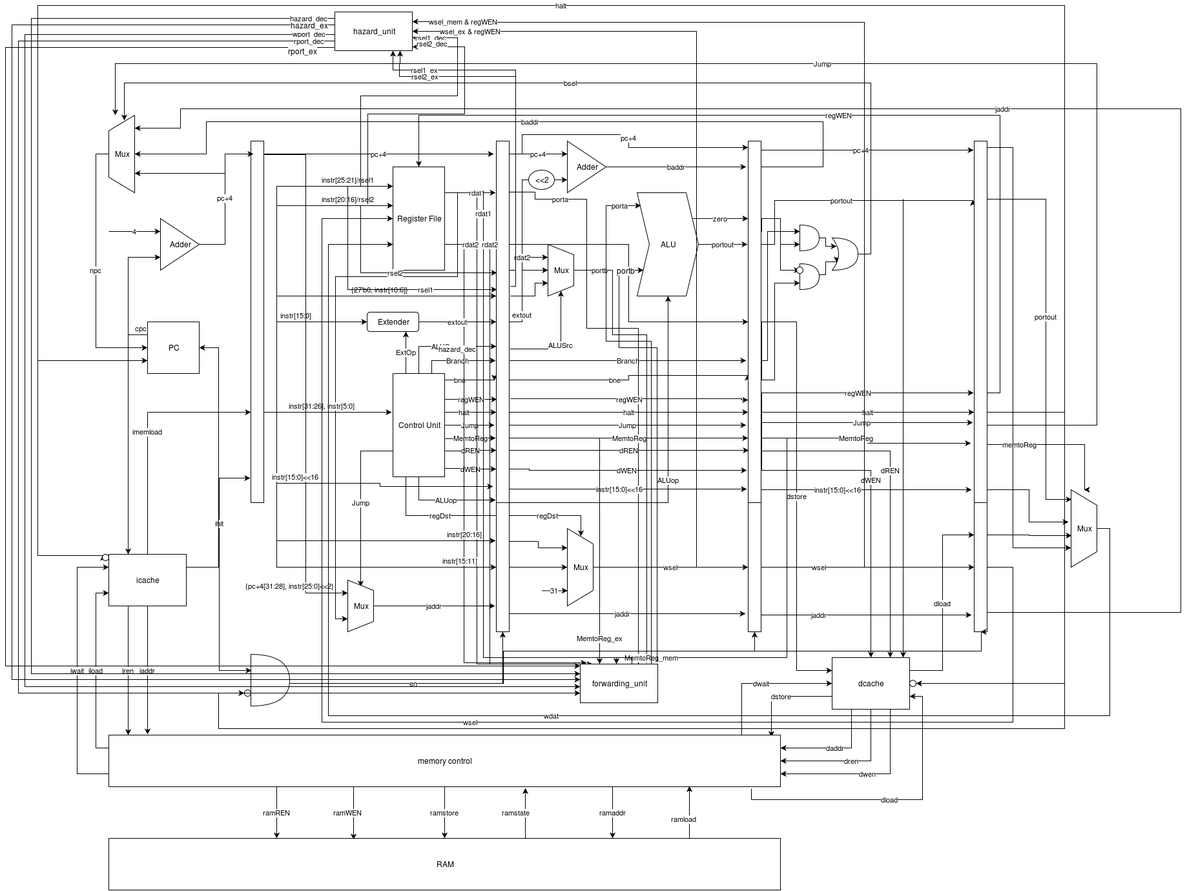
Before: PipelineProcessor.png, a diagram exported from draw.io (JusticeWarrior/Processors). Source tidied: cells renumbered, new cells last; positions are measured from the earlier drawing's top-left corner, leaving out a move shared by most shapes.
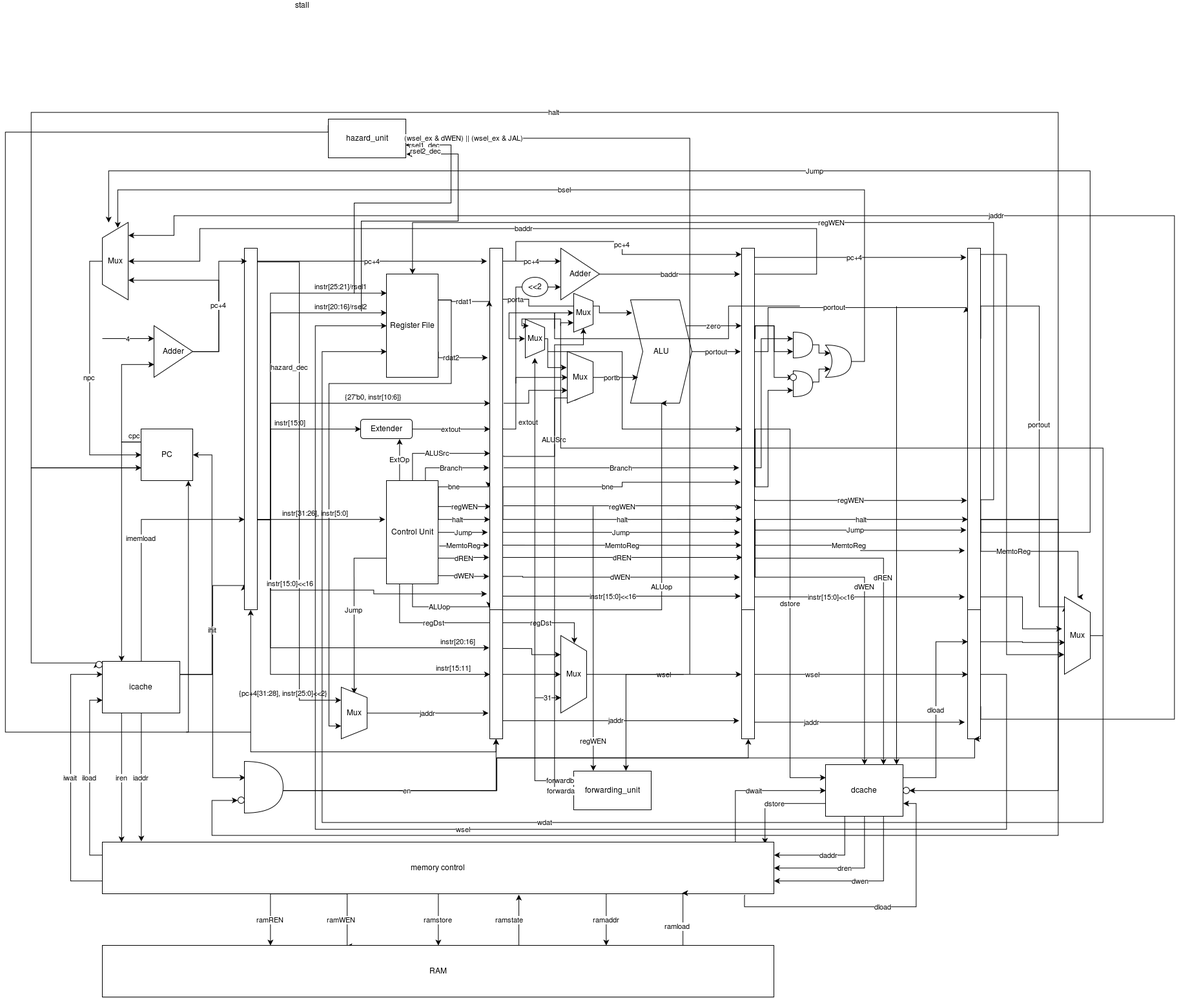
The same file after the commit.

The edit, as a diff of the source:
```diff
@@ -194,19 +194,11 @@
     <mxCell id="40" value="Control Unit" style="whiteSpace=wrap;html=1;" parent="1" vertex="1">
       <mxGeometry x="600" y="570" width="80" height="160" as="geometry" />
     </mxCell>
-    <mxCell id="41" value="rdat1" style="edgeStyle=orthogonalEdgeStyle;rounded=0;html=1;exitX=1;exitY=0.25;entryX=0.156;entryY=0.006;entryPerimeter=0;jettySize=auto;" parent="1" edge="1" source="44" target="161">
-      <mxGeometry x="-0.9" relative="1" as="geometry">
-        <Array as="points">
-          <mxPoint x="730" y="290" />
-          <mxPoint x="730" y="1020" />
-        </Array>
-      </mxGeometry>
-    </mxCell>
-    <mxCell id="42" value="rdat2" style="edgeStyle=orthogonalEdgeStyle;rounded=0;html=1;exitX=1;exitY=0.75;entryX=0.083;entryY=-0.033;entryPerimeter=0;jettySize=auto;" parent="1" edge="1" source="44" target="161">
-      <mxGeometry x="-0.93" y="10" relative="1" as="geometry">
+    <mxCell id="42" value="rdat2" style="edgeStyle=orthogonalEdgeStyle;rounded=0;html=1;exitX=1;exitY=0.75;jettySize=auto;" parent="1" edge="1" source="44">
+      <mxGeometry x="-0.31" relative="1" as="geometry">
+        <mxPoint x="757" y="380" as="targetPoint" />
         <Array as="points">
-          <mxPoint x="710" y="370" />
-          <mxPoint x="710" y="1018" />
+          <mxPoint x="680" y="380" />
         </Array>
       </mxGeometry>
     </mxCell>
@@ -347,31 +339,31 @@
         </Array>
       </mxGeometry>
     </mxCell>
-    <mxCell id="65" value="portb" style="edgeStyle=orthogonalEdgeStyle;rounded=0;html=1;entryX=0.861;entryY=-0.024;entryPerimeter=0;jettySize=auto;" parent="1" edge="1" source="121" target="161">
-      <mxGeometry x="-0.89" relative="1" as="geometry">
+    <mxCell id="65" value="portb" style="edgeStyle=orthogonalEdgeStyle;rounded=0;html=1;jettySize=auto;" parent="1" edge="1" source="121">
+      <mxGeometry x="0.43" y="-20" relative="1" as="geometry">
+        <mxPoint x="990" y="410" as="targetPoint" />
         <Array as="points">
-          <mxPoint x="940" y="410" />
-          <mxPoint x="940" y="510" />
-          <mxPoint x="993" y="510" />
+          <mxPoint x="970" y="410" />
+          <mxPoint x="970" y="410" />
         </Array>
+        <mxPoint x="-20" y="-20" as="offset" />
       </mxGeometry>
     </mxCell>
     <mxCell id="66" value="porta" style="edgeStyle=orthogonalEdgeStyle;rounded=0;html=1;exitX=0.871;exitY=0.141;jettySize=auto;exitPerimeter=0;" parent="1" edge="1" source="77">
       <mxGeometry x="-0.8" relative="1" as="geometry">
-        <mxPoint x="980" y="1020" as="targetPoint" />
+        <mxPoint x="980" y="310" as="targetPoint" />
         <Array as="points">
           <mxPoint x="820" y="289" />
           <mxPoint x="820" y="300" />
-          <mxPoint x="900" y="300" />
-          <mxPoint x="900" y="500" />
-          <mxPoint x="980" y="500" />
+          <mxPoint x="930" y="300" />
+          <mxPoint x="930" y="310" />
         </Array>
       </mxGeometry>
     </mxCell>
-    <mxCell id="67" style="edgeStyle=orthogonalEdgeStyle;rounded=0;html=1;entryX=0;entryY=0.75;jettySize=auto;" parent="1" edge="1" source="77" target="110">
+    <mxCell id="67" style="edgeStyle=orthogonalEdgeStyle;rounded=0;html=1;entryX=0;entryY=0.75;jettySize=auto;" parent="1" edge="1" target="110">
       <mxGeometry relative="1" as="geometry">
+        <mxPoint x="800" y="420" as="sourcePoint" />
         <Array as="points">
-          <mxPoint x="800" y="490" />
           <mxPoint x="800" y="270" />
         </Array>
       </mxGeometry>
@@ -412,10 +404,10 @@
         </Array>
       </mxGeometry>
     </mxCell>
-    <mxCell id="73" style="edgeStyle=orthogonalEdgeStyle;rounded=0;html=1;exitX=1;exitY=0.25;entryX=0;entryY=0.5;jettySize=auto;" parent="1" edge="1" source="77" target="93">
+    <mxCell id="73" style="edgeStyle=orthogonalEdgeStyle;rounded=0;html=1;entryX=0;entryY=0.5;jettySize=auto;" parent="1" edge="1" target="93">
       <mxGeometry relative="1" as="geometry">
+        <mxPoint x="850" y="370" as="sourcePoint" />
         <Array as="points">
-          <mxPoint x="780" y="370" />
           <mxPoint x="965" y="370" />
           <mxPoint x="965" y="490" />
         </Array>
@@ -586,7 +578,7 @@
         </Array>
       </mxGeometry>
     </mxCell>
-    <mxCell id="96" value="memtoReg" style="edgeStyle=orthogonalEdgeStyle;rounded=0;html=1;exitX=1;exitY=0.75;entryX=0;entryY=0.5;jettySize=auto;" parent="1" edge="1" source="103" target="149">
+    <mxCell id="96" value="MemtoReg" style="edgeStyle=orthogonalEdgeStyle;rounded=0;html=1;exitX=1;exitY=0.75;entryX=0;entryY=0.5;jettySize=auto;" parent="1" edge="1" source="103" target="149">
       <mxGeometry x="-0.26" relative="1" as="geometry">
         <Array as="points">
           <mxPoint x="1520" y="680" />
@@ -749,17 +741,8 @@
       </mxGeometry>
     </mxCell>
     <mxCell id="121" value="Mux" style="shape=trapezoid;whiteSpace=wrap;html=1;rotation=0;direction=north;flipV=1;flipH=1;" parent="1" vertex="1">
-      <mxGeometry x="840" y="370" width="40" height="80" as="geometry" />
+      <mxGeometry x="880" y="370" width="40" height="80" as="geometry" />
     </mxCell>
-    <mxCell id="122" value="rdat2" style="edgeStyle=orthogonalEdgeStyle;rounded=0;html=1;entryX=0.25;entryY=1;jettySize=auto;" parent="1" edge="1" target="121">
-      <mxGeometry relative="1" as="geometry">
-        <mxPoint x="780" y="370" as="sourcePoint" />
-        <Array as="points">
-          <mxPoint x="790" y="370" />
-          <mxPoint x="790" y="390" />
-        </Array>
-      </mxGeometry>
-    </mxCell>
     <mxCell id="123" value="wsel" style="edgeStyle=orthogonalEdgeStyle;rounded=0;html=1;exitX=0.5;exitY=0;entryX=0;entryY=0.5;jettySize=auto;" parent="1" edge="1" source="124" target="133">
       <mxGeometry relative="1" as="geometry" />
     </mxCell>
@@ -950,7 +933,7 @@
         <mxPoint x="65" y="-127" as="offset" />
       </mxGeometry>
     </mxCell>
-    <mxCell id="159" value="wsel_ex &amp;amp; regWEN&lt;br&gt;" style="edgeStyle=segmentEdgeStyle;endArrow=classic;html=1;rounded=0;" parent="1" edge="1">
+    <mxCell id="159" value="(wsel_ex &amp;amp; dWEN) || (wsel_ex &amp;amp; JAL)&lt;br&gt;" style="edgeStyle=segmentEdgeStyle;endArrow=classic;html=1;rounded=0;" parent="1" edge="1">
       <mxGeometry x="0.86" relative="1" as="geometry">
         <mxPoint x="1070" y="870" as="sourcePoint" />
         <mxPoint x="630" y="40" as="targetPoint" />
@@ -959,175 +942,137 @@
         </Array>
       </mxGeometry>
     </mxCell>
-    <mxCell id="160" value="wsel_mem &amp;amp; regWEN&lt;br&gt;" style="edgeStyle=segmentEdgeStyle;endArrow=classic;html=1;rounded=0;entryX=1;entryY=0.25;" parent="1" edge="1" target="156">
-      <mxGeometry x="0.9" y="-1" relative="1" as="geometry">
-        <mxPoint x="1290" y="870" as="sourcePoint" />
-        <Array as="points">
-          <mxPoint x="1330" y="870" />
-          <mxPoint x="1330" y="26" />
-          <mxPoint x="670" y="26" />
-        </Array>
-      </mxGeometry>
-    </mxCell>
     <mxCell id="161" value="forwarding_unit" style="whiteSpace=wrap;html=1;" parent="1" vertex="1">
       <mxGeometry x="890" y="1020" width="120" height="60" as="geometry" />
     </mxCell>
-    <mxCell id="162" value="hazard_dec" style="edgeStyle=segmentEdgeStyle;endArrow=classic;html=1;entryX=0;entryY=0.25;rounded=0;" parent="1" edge="1" target="161">
-      <mxGeometry x="-0.96" relative="1" as="geometry">
-        <mxPoint x="510" y="10" as="sourcePoint" />
-        <Array as="points">
-          <mxPoint x="510" y="20" />
-          <mxPoint x="40" y="20" />
-          <mxPoint x="40" y="1035" />
-        </Array>
-      </mxGeometry>
-    </mxCell>
-    <mxCell id="163" value="wport_dec" style="edgeStyle=segmentEdgeStyle;endArrow=classic;html=1;exitX=0;exitY=0.25;entryX=0;entryY=0.25;rounded=0;" parent="1" edge="1">
-      <mxGeometry as="geometry">
-        <mxPoint x="510.3" y="45.3" as="sourcePoint" />
-        <mxPoint x="890.3" y="1055.3" as="targetPoint" />
-        <Array as="points">
-          <mxPoint x="30" y="45" />
-          <mxPoint x="30" y="1055" />
-        </Array>
-        <mxPoint x="-230" y="-506" as="offset" />
-      </mxGeometry>
-    </mxCell>
-    <mxCell id="164" value="rport_dec" style="edgeStyle=segmentEdgeStyle;endArrow=classic;html=1;exitX=0;exitY=0.25;entryX=0;entryY=0.25;rounded=0;" parent="1" edge="1">
-      <mxGeometry as="geometry">
-        <mxPoint x="510.3" y="55.3" as="sourcePoint" />
-        <mxPoint x="890.3" y="1065.3" as="targetPoint" />
-        <Array as="points">
-          <mxPoint x="20" y="55" />
-          <mxPoint x="20" y="1065" />
-        </Array>
-        <mxPoint x="-230" y="-505" as="offset" />
-      </mxGeometry>
-    </mxCell>
-    <mxCell id="165" value="rsel1_ex" style="edgeStyle=segmentEdgeStyle;endArrow=classic;html=1;entryX=0.75;entryY=1;exitX=1.079;exitY=0.402;exitPerimeter=0;rounded=0;" parent="1" edge="1" source="77" target="156">
-      <mxGeometry x="0.72" relative="1" as="geometry">
-        <Array as="points">
-          <mxPoint x="790" y="435" />
-          <mxPoint x="790" y="100" />
-          <mxPoint x="600" y="100" />
-        </Array>
-      </mxGeometry>
-    </mxCell>
-    <mxCell id="166" value="rsel2" style="edgeStyle=segmentEdgeStyle;endArrow=classic;html=1;entryX=0.025;entryY=0.364;entryPerimeter=0;rounded=0;" parent="1" edge="1" target="77">
-      <mxGeometry relative="1" as="geometry">
-        <mxPoint x="550" y="310" as="sourcePoint" />
-        <Array as="points">
-          <mxPoint x="550" y="414" />
-        </Array>
-      </mxGeometry>
-    </mxCell>
-    <mxCell id="167" value="rsel1" style="edgeStyle=segmentEdgeStyle;endArrow=classic;html=1;rounded=0;" parent="1" edge="1">
-      <mxGeometry as="geometry">
-        <mxPoint x="530" y="280" as="sourcePoint" />
-        <mxPoint x="761" y="440" as="targetPoint" />
-        <Array as="points">
-          <mxPoint x="530" y="440" />
-          <mxPoint x="761" y="440" />
-        </Array>
-        <mxPoint x="5" y="80" as="offset" />
-      </mxGeometry>
-    </mxCell>
-    <mxCell id="168" value="rsel2_ex" style="edgeStyle=segmentEdgeStyle;endArrow=classic;html=1;exitX=1.01;exitY=0.357;exitPerimeter=0;rounded=0;entryX=0.844;entryY=1;entryPerimeter=0;" parent="1" edge="1" source="77" target="156">
-      <mxGeometry as="geometry">
-        <Array as="points">
-          <mxPoint x="790" y="410" />
-          <mxPoint x="790" y="110" />
-          <mxPoint x="610" y="110" />
-          <mxPoint x="610" y="90" />
-          <mxPoint x="611" y="90" />
-        </Array>
-        <mxPoint x="-46" y="-130" as="offset" />
-      </mxGeometry>
-    </mxCell>
-    <mxCell id="169" value="MemtoReg_ex" style="edgeStyle=segmentEdgeStyle;endArrow=classic;html=1;entryX=0.25;entryY=0;" parent="1" edge="1" target="161">
+    <mxCell id="169" value="regWEN" style="edgeStyle=segmentEdgeStyle;endArrow=classic;html=1;entryX=0.25;entryY=0;" parent="1" edge="1" target="161">
       <mxGeometry x="0.77" relative="1" as="geometry">
-        <mxPoint x="920" y="670" as="sourcePoint" />
+        <mxPoint x="920" y="610" as="sourcePoint" />
       </mxGeometry>
     </mxCell>
-    <mxCell id="170" value="MemtoReg_mem" style="edgeStyle=segmentEdgeStyle;endArrow=classic;html=1;entryX=0.464;entryY=-0.004;entryPerimeter=0;rounded=0;" parent="1" edge="1" target="161">
-      <mxGeometry x="0.79" relative="1" as="geometry">
-        <mxPoint x="1210" y="670" as="sourcePoint" />
-        <Array as="points">
-          <mxPoint x="1210" y="1010" />
-          <mxPoint x="946" y="1010" />
-        </Array>
-      </mxGeometry>
-    </mxCell>
-    <mxCell id="171" value="hazard_dec" style="edgeStyle=segmentEdgeStyle;endArrow=classic;html=1;rounded=0;entryX=0;entryY=0.4;entryPerimeter=0;" parent="1" edge="1" target="161">
+    <mxCell id="171" value="hazard_dec" style="edgeStyle=segmentEdgeStyle;endArrow=classic;html=1;rounded=0;entryX=0.5;entryY=1;" parent="1" edge="1" target="61">
       <mxGeometry x="-439.9" y="-270.1" as="geometry">
         <mxPoint x="509.9" y="19.9" as="sourcePoint" />
         <Array as="points">
           <mxPoint x="510" y="30" />
           <mxPoint x="10" y="30" />
-          <mxPoint x="10" y="1044" />
+          <mxPoint x="10" y="960" />
+          <mxPoint x="390" y="960" />
         </Array>
       </mxGeometry>
     </mxCell>
-    <mxCell id="172" value="hazard_ex" style="text;html=1;align=center;verticalAlign=middle;labelBackgroundColor=#ffffff;" parent="171" vertex="1">
+    <mxCell id="172" value="stall" style="text;html=1;align=center;verticalAlign=middle;labelBackgroundColor=#ffffff;" parent="171" vertex="1">
       <mxGeometry relative="1" as="geometry">
         <mxPoint x="460" y="-692" as="offset" />
       </mxGeometry>
     </mxCell>
-    <mxCell id="173" style="edgeStyle=segmentEdgeStyle;endArrow=classic;html=1;exitX=-0.006;exitY=0.912;exitPerimeter=0;entryX=0.003;entryY=0.057;entryPerimeter=0;rounded=0;" parent="1" edge="1" source="156" target="161">
-      <mxGeometry relative="1" as="geometry">
-        <Array as="points">
-          <mxPoint y="65" />
-          <mxPoint y="1023" />
-        </Array>
-      </mxGeometry>
-    </mxCell>
-    <mxCell id="174" value="rport_ex" style="text;html=1;align=center;verticalAlign=middle;labelBackgroundColor=#ffffff;direction=south;" parent="173" vertex="1">
-      <mxGeometry x="-0.97" y="1" relative="1" as="geometry">
-        <mxPoint x="-12" y="4" as="offset" />
-      </mxGeometry>
-    </mxCell>
-    <mxCell id="175" value="rdat1" style="edgeStyle=segmentEdgeStyle;endArrow=classic;html=1;rounded=0;" parent="1" edge="1">
-      <mxGeometry x="0.9" relative="1" as="geometry">
-        <mxPoint x="970" y="1020" as="sourcePoint" />
-        <mxPoint x="759" y="290" as="targetPoint" />
-        <Array as="points">
-          <mxPoint x="970" y="1010" />
-          <mxPoint x="740" y="1010" />
-          <mxPoint x="740" y="290" />
-          <mxPoint x="759" y="290" />
-        </Array>
-      </mxGeometry>
-    </mxCell>
-    <mxCell id="176" value="rdat2" style="edgeStyle=segmentEdgeStyle;endArrow=classic;html=1;exitX=0.75;exitY=0;entryX=0.1;entryY=0.291;entryPerimeter=0;rounded=0;" parent="1" edge="1" source="161" target="77">
-      <mxGeometry x="0.97" y="3" relative="1" as="geometry">
-        <Array as="points">
-          <mxPoint x="750" y="1020" />
-          <mxPoint x="750" y="373" />
-        </Array>
-      </mxGeometry>
-    </mxCell>
-    <mxCell id="177" value="porta" style="edgeStyle=segmentEdgeStyle;endArrow=classic;html=1;entryX=0.062;entryY=0.127;entryPerimeter=0;rounded=0;exitX=0.916;exitY=0.007;exitPerimeter=0;" parent="1" edge="1" source="161" target="47">
-      <mxGeometry x="0.92" relative="1" as="geometry">
-        <Array as="points">
-          <mxPoint x="1000" y="520" />
-          <mxPoint x="930" y="520" />
-          <mxPoint x="930" y="310" />
-        </Array>
-      </mxGeometry>
-    </mxCell>
-    <mxCell id="178" style="edgeStyle=segmentEdgeStyle;endArrow=classic;html=1;exitX=0.992;exitY=-0.05;exitPerimeter=0;entryX=0.1;entryY=0.75;entryPerimeter=0;rounded=0;" parent="1" edge="1" source="161" target="47">
-      <mxGeometry relative="1" as="geometry">
-        <Array as="points">
-          <mxPoint x="1009" y="530" />
-          <mxPoint x="950" y="530" />
-          <mxPoint x="950" y="410" />
-        </Array>
-      </mxGeometry>
-    </mxCell>
-    <mxCell id="179" value="portb" style="text;html=1;align=center;verticalAlign=middle;labelBackgroundColor=#ffffff;" parent="178" vertex="1">
-      <mxGeometry x="0.96" y="-2" relative="1" as="geometry">
-        <mxPoint x="-15" y="-2" as="offset" />
-      </mxGeometry>
-    </mxCell>
+    <mxCell id="180" style="edgeStyle=segmentEdgeStyle;endArrow=classic;html=1;rounded=0;" parent="1" edge="1" target="128">
+      <mxGeometry relative="1" as="geometry">
+        <mxPoint x="390" y="960" as="sourcePoint" />
+        <Array as="points">
+          <mxPoint x="390" y="990" />
+          <mxPoint x="770" y="990" />
+        </Array>
+      </mxGeometry>
+    </mxCell>
+    <mxCell id="181" style="edgeStyle=segmentEdgeStyle;endArrow=classic;html=1;entryX=0.913;entryY=1;entryPerimeter=0;rounded=0;" parent="1" edge="1" target="51">
+      <mxGeometry relative="1" as="geometry">
+        <mxPoint x="290" y="960" as="sourcePoint" />
+        <Array as="points">
+          <mxPoint x="293" y="960" />
+        </Array>
+      </mxGeometry>
+    </mxCell>
+    <mxCell id="182" style="edgeStyle=segmentEdgeStyle;endArrow=classic;html=1;entryX=0.675;entryY=0;entryPerimeter=0;rounded=0;" parent="1" edge="1" target="161">
+      <mxGeometry relative="1" as="geometry">
+        <mxPoint x="1060" y="870" as="sourcePoint" />
+        <Array as="points">
+          <mxPoint x="971" y="870" />
+        </Array>
+      </mxGeometry>
+    </mxCell>
+    <mxCell id="183" value="Mux" style="shape=trapezoid;whiteSpace=wrap;html=1;rotation=0;direction=north;flipV=1;flipH=1;" parent="1" vertex="1">
+      <mxGeometry x="890" y="280" width="30" height="60" as="geometry" />
+    </mxCell>
+    <mxCell id="184" value="rdat1" style="edgeStyle=orthogonalEdgeStyle;rounded=0;html=1;exitX=1;exitY=0.25;jettySize=auto;entryX=-0.058;entryY=0.146;entryPerimeter=0;" parent="1" edge="1" source="44" target="77">
+      <mxGeometry x="0.04" relative="1" as="geometry">
+        <Array as="points">
+          <mxPoint x="700" y="290" />
+          <mxPoint x="700" y="292" />
+        </Array>
+      </mxGeometry>
+    </mxCell>
+    <mxCell id="185" value="Mux" style="shape=trapezoid;whiteSpace=wrap;html=1;rotation=0;direction=north;flipV=1;flipH=1;size=0.21428571428571103;" parent="1" vertex="1">
+      <mxGeometry x="815" y="320" width="30" height="60" as="geometry" />
+    </mxCell>
+    <mxCell id="186" style="edgeStyle=segmentEdgeStyle;endArrow=classic;html=1;rounded=0;" parent="1" edge="1">
+      <mxGeometry relative="1" as="geometry">
+        <mxPoint x="1240" y="300" as="sourcePoint" />
+        <mxPoint x="890" y="310" as="targetPoint" />
+        <Array as="points">
+          <mxPoint x="1130" y="300" />
+          <mxPoint x="1130" y="350" />
+          <mxPoint x="860" y="350" />
+          <mxPoint x="860" y="310" />
+          <mxPoint x="890" y="310" />
+        </Array>
+      </mxGeometry>
+    </mxCell>
+    <mxCell id="187" style="edgeStyle=segmentEdgeStyle;endArrow=classic;html=1;rounded=0;" parent="1" edge="1">
+      <mxGeometry relative="1" as="geometry">
+        <mxPoint x="860" y="335" as="sourcePoint" />
+        <mxPoint x="815" y="350" as="targetPoint" />
+        <Array as="points">
+          <mxPoint x="860" y="310" />
+          <mxPoint x="790" y="310" />
+          <mxPoint x="790" y="350" />
+          <mxPoint x="815" y="350" />
+        </Array>
+      </mxGeometry>
+    </mxCell>
+    <mxCell id="188" style="edgeStyle=segmentEdgeStyle;endArrow=classic;html=1;entryX=0.75;entryY=1;rounded=0;" parent="1" edge="1" target="183">
+      <mxGeometry relative="1" as="geometry">
+        <mxPoint x="1710" y="810" as="sourcePoint" />
+        <Array as="points">
+          <mxPoint x="1710" y="520" />
+          <mxPoint x="870" y="520" />
+          <mxPoint x="870" y="325" />
+        </Array>
+      </mxGeometry>
+    </mxCell>
+    <mxCell id="189" style="edgeStyle=segmentEdgeStyle;endArrow=classic;html=1;entryX=0.17;entryY=0.833;entryPerimeter=0;rounded=0;" parent="1" edge="1" target="185">
+      <mxGeometry relative="1" as="geometry">
+        <mxPoint x="870" y="330" as="sourcePoint" />
+        <Array as="points">
+          <mxPoint x="870" y="320" />
+          <mxPoint x="810" y="320" />
+          <mxPoint x="810" y="330" />
+        </Array>
+      </mxGeometry>
+    </mxCell>
+    <mxCell id="190" value="forwardb" style="edgeStyle=segmentEdgeStyle;endArrow=classic;html=1;exitX=0;exitY=0.25;rounded=0;" parent="1" edge="1" source="161" target="185">
+      <mxGeometry x="-0.94" relative="1" as="geometry">
+        <Array as="points">
+          <mxPoint x="830" y="1035" />
+        </Array>
+      </mxGeometry>
+    </mxCell>
+    <mxCell id="191" value="forwarda" style="edgeStyle=segmentEdgeStyle;endArrow=classic;html=1;exitX=0;exitY=0.5;entryX=0.901;entryY=0.51;rounded=0;entryPerimeter=0;" parent="1" edge="1" source="161" target="183">
+      <mxGeometry x="-0.95" relative="1" as="geometry">
+        <Array as="points">
+          <mxPoint x="860" y="1050" />
+          <mxPoint x="860" y="360" />
+          <mxPoint x="905" y="360" />
+        </Array>
+      </mxGeometry>
+    </mxCell>
+    <mxCell id="192" style="edgeStyle=segmentEdgeStyle;endArrow=classic;html=1;exitX=0.5;exitY=0;rounded=0;entryX=0.307;entryY=1.025;entryPerimeter=0;" parent="1" edge="1" source="185" target="121">
+      <mxGeometry relative="1" as="geometry">
+        <Array as="points">
+          <mxPoint x="850" y="350" />
+          <mxPoint x="850" y="395" />
+        </Array>
+      </mxGeometry>
+    </mxCell>
   </root>
 </mxGraphModel>
```
